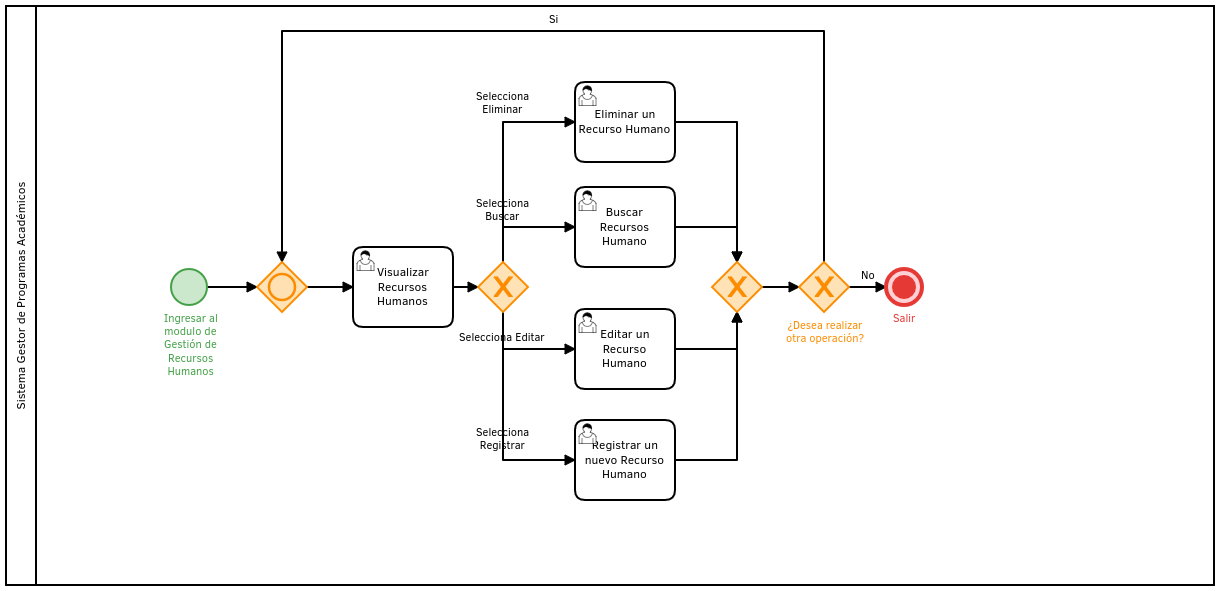
SoftwareEngineerESCOM/IngSof keeps this BPMN diagram as Manual de Usuario/Jefe de Innovación Educatva/images/SP1/gestionRH.png. Above is the earlier version. Its source is kept beside it as Manual de Usuario/Jefe de Innovación Educatva/images/SP1/gestionRH.bpmn. Ids are renumbered.
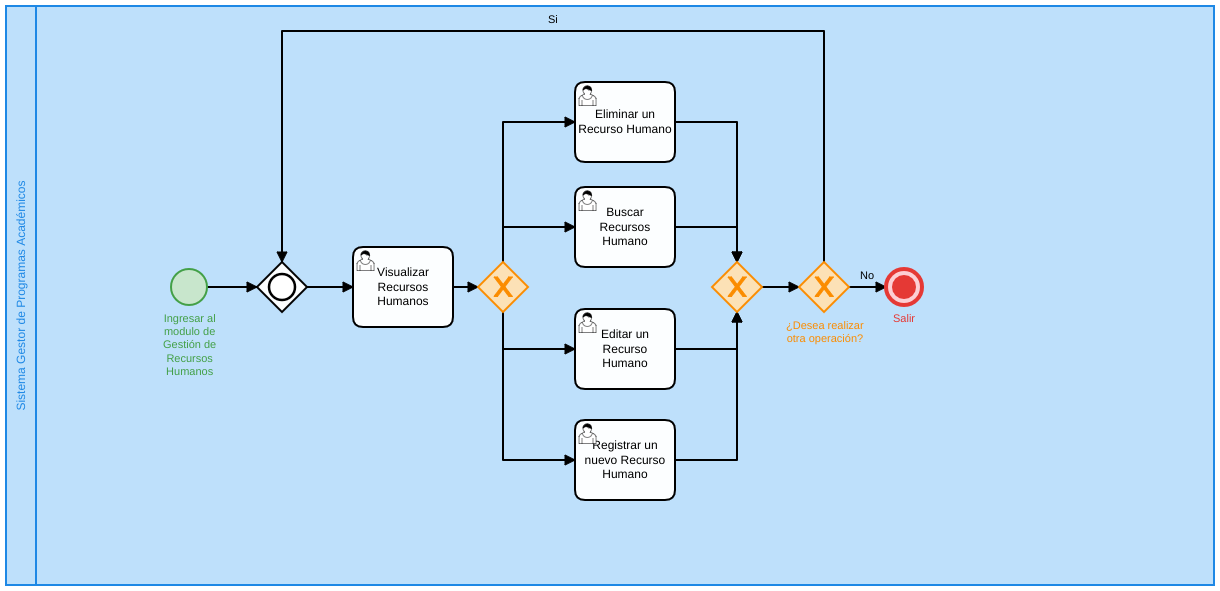
The same file after the commit.

Change to the diagram source:
```diff
@@ -1,8 +1,12 @@
-<bpmn:definitions xmlns:bpmn="http://www.omg.org/spec/BPMN/20100524/MODEL" xmlns:bpmndi="http://www.omg.org/spec/BPMN/20100524/DI" xmlns:di="http://www.omg.org/spec/DD/20100524/DI" xmlns:dc="http://www.omg.org/spec/DD/20100524/DC" xmlns:bioc="http://bpmn.io/schema/bpmn/biocolor/1.0" id="Definitions_n1" targetNamespace="http://bpmn.io/schema/bpmn" exporter="Camunda Modeler" exporterVersion="2.0.3">
+<bpmn:definitions xmlns:bpmn="http://www.omg.org/spec/BPMN/20100524/MODEL" xmlns:bpmndi="http://www.omg.org/spec/BPMN/20100524/DI" xmlns:di="http://www.omg.org/spec/DD/20100524/DI" xmlns:dc="http://www.omg.org/spec/DD/20100524/DC" xmlns:bioc="http://bpmn.io/schema/bpmn/biocolor/1.0" id="Definitions_n1" targetNamespace="http://bpmn.io/schema/bpmn" exporter="Camunda Modeler" exporterVersion="2.0.1">
   <bpmn:collaboration id="Collaboration_n2">
     <bpmn:participant id="Participant_n3" name="Sistema Gestor de Programas Académicos" processRef="Process_1" />
   </bpmn:collaboration>
   <bpmn:process id="Process_1" isExecutable="true">
+    <bpmn:sequenceFlow id="SequenceFlow_n6" name="Si" sourceRef="ExclusiveGateway_n10" targetRef="ExclusiveGateway_n4" />
+    <bpmn:sequenceFlow id="SequenceFlow_n22" sourceRef="Task_n20" targetRef="ExclusiveGateway_n27" />
+    <bpmn:sequenceFlow id="SequenceFlow_n21" sourceRef="ExclusiveGateway_n23" targetRef="Task_n20" />
+    <bpmn:sequenceFlow id="SequenceFlow_n5" sourceRef="StartEvent_1" targetRef="ExclusiveGateway_n4" />
     <bpmn:inclusiveGateway id="ExclusiveGateway_n4">
       <bpmn:incoming>SequenceFlow_n5</bpmn:incoming>
       <bpmn:incoming>SequenceFlow_n6</bpmn:incoming>
@@ -20,10 +24,20 @@
       <bpmn:outgoing>SequenceFlow_n9</bpmn:outgoing>
       <bpmn:outgoing>SequenceFlow_n6</bpmn:outgoing>
     </bpmn:exclusiveGateway>
+    <bpmn:sequenceFlow id="SequenceFlow_n9" name="No" sourceRef="ExclusiveGateway_n10" targetRef="EndEvent_n8" />
+    <bpmn:sequenceFlow id="SequenceFlow_n18" sourceRef="ExclusiveGateway_n23" targetRef="Task_n17" />
+    <bpmn:sequenceFlow id="SequenceFlow_n19" sourceRef="Task_n17" targetRef="ExclusiveGateway_n27" />
     <bpmn:userTask id="Task_n12" name="Visualizar&#10;Recursos Humanos">
       <bpmn:incoming>SequenceFlow_n7</bpmn:incoming>
       <bpmn:outgoing>SequenceFlow_n13</bpmn:outgoing>
     </bpmn:userTask>
+    <bpmn:sequenceFlow id="SequenceFlow_n15" sourceRef="ExclusiveGateway_n23" targetRef="Task_n14" />
+    <bpmn:sequenceFlow id="SequenceFlow_n24" sourceRef="ExclusiveGateway_n23" targetRef="Task_n25" />
+    <bpmn:sequenceFlow id="SequenceFlow_n16" sourceRef="Task_n14" targetRef="ExclusiveGateway_n27" />
+    <bpmn:sequenceFlow id="SequenceFlow_n26" sourceRef="Task_n25" targetRef="ExclusiveGateway_n27" />
+    <bpmn:sequenceFlow id="SequenceFlow_n11" sourceRef="ExclusiveGateway_n27" targetRef="ExclusiveGateway_n10" />
+    <bpmn:sequenceFlow id="SequenceFlow_n13" sourceRef="Task_n12" targetRef="ExclusiveGateway_n23" />
+    <bpmn:sequenceFlow id="SequenceFlow_n7" sourceRef="ExclusiveGateway_n4" targetRef="Task_n12" />
     <bpmn:userTask id="Task_n14" name="Editar un &#10;Recurso &#10;Humano">
       <bpmn:incoming>SequenceFlow_n15</bpmn:incoming>
       <bpmn:outgoing>SequenceFlow_n16</bpmn:outgoing>
@@ -54,151 +68,125 @@
       <bpmn:incoming>SequenceFlow_n26</bpmn:incoming>
       <bpmn:outgoing>SequenceFlow_n11</bpmn:outgoing>
     </bpmn:exclusiveGateway>
-    <bpmn:sequenceFlow id="SequenceFlow_n7" sourceRef="ExclusiveGateway_n4" targetRef="Task_n12" />
-    <bpmn:sequenceFlow id="SequenceFlow_n13" sourceRef="Task_n12" targetRef="ExclusiveGateway_n23" />
-    <bpmn:sequenceFlow id="SequenceFlow_n11" sourceRef="ExclusiveGateway_n27" targetRef="ExclusiveGateway_n10" />
-    <bpmn:sequenceFlow id="SequenceFlow_n26" sourceRef="Task_n25" targetRef="ExclusiveGateway_n27" />
-    <bpmn:sequenceFlow id="SequenceFlow_n16" sourceRef="Task_n14" targetRef="ExclusiveGateway_n27" />
-    <bpmn:sequenceFlow id="SequenceFlow_n24" name="Selecciona Registrar" sourceRef="ExclusiveGateway_n23" targetRef="Task_n25" />
-    <bpmn:sequenceFlow id="SequenceFlow_n15" name="Selecciona Editar" sourceRef="ExclusiveGateway_n23" targetRef="Task_n14" />
-    <bpmn:sequenceFlow id="SequenceFlow_n19" sourceRef="Task_n17" targetRef="ExclusiveGateway_n27" />
-    <bpmn:sequenceFlow id="SequenceFlow_n18" name="Selecciona Buscar" sourceRef="ExclusiveGateway_n23" targetRef="Task_n17" />
-    <bpmn:sequenceFlow id="SequenceFlow_n9" name="No" sourceRef="ExclusiveGateway_n10" targetRef="EndEvent_n8" />
-    <bpmn:sequenceFlow id="SequenceFlow_n5" sourceRef="StartEvent_1" targetRef="ExclusiveGateway_n4" />
-    <bpmn:sequenceFlow id="SequenceFlow_n21" name="Selecciona Eliminar" sourceRef="ExclusiveGateway_n23" targetRef="Task_n20" />
-    <bpmn:sequenceFlow id="SequenceFlow_n22" sourceRef="Task_n20" targetRef="ExclusiveGateway_n27" />
-    <bpmn:sequenceFlow id="SequenceFlow_n6" name="Si" sourceRef="ExclusiveGateway_n10" targetRef="ExclusiveGateway_n4" />
   </bpmn:process>
   <bpmndi:BPMNDiagram id="BPMNDiagram_1">
     <bpmndi:BPMNPlane id="BPMNPlane_1" bpmnElement="Collaboration_n2">
-      <bpmndi:BPMNShape id="Participant_n3_di" bpmnElement="Participant_n3">
-        <dc:Bounds x="114" y="-163" width="1208" height="579" />
+      <bpmndi:BPMNShape id="Participant_n3_di" bpmnElement="Participant_n3" bioc:stroke="#1E88E5" bioc:fill="#BBDEFB">
+        <dc:Bounds x="106" y="-162" width="1208" height="579" />
       </bpmndi:BPMNShape>
       <bpmndi:BPMNShape id="_BPMNShape_StartEvent_2" bpmnElement="StartEvent_1" bioc:stroke="#43A047" bioc:fill="#C8E6C9">
-        <dc:Bounds x="279" y="100" width="36" height="36" />
+        <dc:Bounds x="271" y="101" width="36" height="36" />
         <bpmndi:BPMNLabel>
-          <dc:Bounds x="272" y="143" width="53" height="66" />
+          <dc:Bounds x="263" y="144" width="54" height="66" />
         </bpmndi:BPMNLabel>
       </bpmndi:BPMNShape>
       <bpmndi:BPMNEdge id="SequenceFlow_n9_di" bpmnElement="SequenceFlow_n9">
-        <di:waypoint x="957" y="118" />
-        <di:waypoint x="994" y="118" />
+        <di:waypoint x="949" y="119" />
+        <di:waypoint x="986" y="119" />
         <bpmndi:BPMNLabel>
-          <dc:Bounds x="969" y="100" width="14" height="14" />
+          <dc:Bounds x="960" y="101" width="15" height="14" />
         </bpmndi:BPMNLabel>
       </bpmndi:BPMNEdge>
       <bpmndi:BPMNEdge id="SequenceFlow_n21_di" bpmnElement="SequenceFlow_n21">
-        <di:waypoint x="611" y="93" />
-        <di:waypoint x="611" y="-47" />
-        <di:waypoint x="683" y="-47" />
-        <bpmndi:BPMNLabel>
-          <dc:Bounds x="584" y="-79" width="54" height="27" />
-        </bpmndi:BPMNLabel>
+        <di:waypoint x="603" y="94" />
+        <di:waypoint x="603" y="-46" />
+        <di:waypoint x="675" y="-46" />
       </bpmndi:BPMNEdge>
       <bpmndi:BPMNEdge id="SequenceFlow_n18_di" bpmnElement="SequenceFlow_n18">
-        <di:waypoint x="611" y="93" />
-        <di:waypoint x="611" y="58" />
-        <di:waypoint x="683" y="58" />
-        <bpmndi:BPMNLabel>
-          <dc:Bounds x="584" y="28" width="54" height="27" />
-        </bpmndi:BPMNLabel>
+        <di:waypoint x="603" y="94" />
+        <di:waypoint x="603" y="59" />
+        <di:waypoint x="675" y="59" />
       </bpmndi:BPMNEdge>
       <bpmndi:BPMNEdge id="SequenceFlow_n22_di" bpmnElement="SequenceFlow_n22">
-        <di:waypoint x="783" y="-47" />
-        <di:waypoint x="845" y="-47" />
-        <di:waypoint x="845" y="93" />
+        <di:waypoint x="775" y="-46" />
+        <di:waypoint x="837" y="-46" />
+        <di:waypoint x="837" y="94" />
       </bpmndi:BPMNEdge>
       <bpmndi:BPMNEdge id="SequenceFlow_n19_di" bpmnElement="SequenceFlow_n19">
-        <di:waypoint x="783" y="58" />
-        <di:waypoint x="845" y="58" />
-        <di:waypoint x="845" y="93" />
+        <di:waypoint x="775" y="59" />
+        <di:waypoint x="837" y="59" />
+        <di:waypoint x="837" y="94" />
       </bpmndi:BPMNEdge>
       <bpmndi:BPMNShape id="EndEvent_0g9lc97_di" bpmnElement="EndEvent_n8" bioc:stroke="#E53935" bioc:fill="#FFCDD2">
-        <dc:Bounds x="994" y="100" width="36" height="36" />
+        <dc:Bounds x="986" y="101" width="36" height="36" />
         <bpmndi:BPMNLabel>
-          <dc:Bounds x="1001" y="143" width="24" height="14" />
+          <dc:Bounds x="993" y="144" width="23" height="14" />
         </bpmndi:BPMNLabel>
       </bpmndi:BPMNShape>
       <bpmndi:BPMNShape id="UserTask_1a315aq_di" bpmnElement="Task_n12">
-        <dc:Bounds x="461" y="78" width="100" height="80" />
+        <dc:Bounds x="453" y="79" width="100" height="80" />
       </bpmndi:BPMNShape>
       <bpmndi:BPMNShape id="UserTask_1gn9xxc_di" bpmnElement="Task_n17">
-        <dc:Bounds x="683" y="18" width="100" height="80" />
+        <dc:Bounds x="675" y="19" width="100" height="80" />
       </bpmndi:BPMNShape>
       <bpmndi:BPMNShape id="UserTask_1g52e2o_di" bpmnElement="Task_n20">
-        <dc:Bounds x="683" y="-87" width="100" height="80" />
+        <dc:Bounds x="675" y="-86" width="100" height="80" />
       </bpmndi:BPMNShape>
       <bpmndi:BPMNShape id="UserTask_0ur3yv6_di" bpmnElement="Task_n14">
-        <dc:Bounds x="683" y="140" width="100" height="80" />
+        <dc:Bounds x="675" y="141" width="100" height="80" />
       </bpmndi:BPMNShape>
       <bpmndi:BPMNShape id="UserTask_1x11um0_di" bpmnElement="Task_n25">
-        <dc:Bounds x="683" y="251" width="100" height="80" />
+        <dc:Bounds x="675" y="252" width="100" height="80" />
       </bpmndi:BPMNShape>
       <bpmndi:BPMNShape id="ExclusiveGateway_181dui5_di" bpmnElement="ExclusiveGateway_n10" isMarkerVisible="true" bioc:stroke="#FB8C00" bioc:fill="#FFE0B2">
-        <dc:Bounds x="907" y="93" width="50" height="50" />
+        <dc:Bounds x="899" y="94" width="50" height="50" />
         <bpmndi:BPMNLabel>
-          <dc:Bounds x="894" y="150" width="79" height="27" />
+          <dc:Bounds x="886" y="151" width="78" height="27" />
         </bpmndi:BPMNLabel>
       </bpmndi:BPMNShape>
       <bpmndi:BPMNEdge id="SequenceFlow_n5_di" bpmnElement="SequenceFlow_n5">
-        <di:waypoint x="315" y="118" />
-        <di:waypoint x="365" y="118" />
+        <di:waypoint x="307" y="119" />
+        <di:waypoint x="357" y="119" />
       </bpmndi:BPMNEdge>
-      <bpmndi:BPMNShape id="InclusiveGateway_0bcqd1w_di" bpmnElement="ExclusiveGateway_n4" bioc:stroke="#FB8C00" bioc:fill="#FFE0B2">
-        <dc:Bounds x="365" y="93" width="50" height="50" />
+      <bpmndi:BPMNShape id="InclusiveGateway_0bcqd1w_di" bpmnElement="ExclusiveGateway_n4">
+        <dc:Bounds x="357" y="94" width="50" height="50" />
       </bpmndi:BPMNShape>
       <bpmndi:BPMNEdge id="SequenceFlow_n6_di" bpmnElement="SequenceFlow_n6">
-        <di:waypoint x="932" y="93" />
-        <di:waypoint x="932" y="-138" />
-        <di:waypoint x="390" y="-138" />
-        <di:waypoint x="390" y="93" />
+        <di:waypoint x="924" y="94" />
+        <di:waypoint x="924" y="-137" />
+        <di:waypoint x="382" y="-137" />
+        <di:waypoint x="382" y="94" />
         <bpmndi:BPMNLabel>
-          <dc:Bounds x="657" y="-156" width="9" height="14" />
+          <dc:Bounds x="648" y="-155" width="10" height="14" />
         </bpmndi:BPMNLabel>
       </bpmndi:BPMNEdge>
       <bpmndi:BPMNEdge id="SequenceFlow_n15_di" bpmnElement="SequenceFlow_n15">
-        <di:waypoint x="611" y="143" />
-        <di:waypoint x="611" y="180" />
-        <di:waypoint x="683" y="180" />
-        <bpmndi:BPMNLabel>
-          <dc:Bounds x="567" y="162" width="87" height="14" />
-        </bpmndi:BPMNLabel>
+        <di:waypoint x="603" y="144" />
+        <di:waypoint x="603" y="181" />
+        <di:waypoint x="675" y="181" />
       </bpmndi:BPMNEdge>
       <bpmndi:BPMNEdge id="SequenceFlow_n24_di" bpmnElement="SequenceFlow_n24">
-        <di:waypoint x="611" y="143" />
-        <di:waypoint x="611" y="291" />
-        <di:waypoint x="683" y="291" />
-        <bpmndi:BPMNLabel>
-          <dc:Bounds x="584" y="257" width="54" height="27" />
-        </bpmndi:BPMNLabel>
+        <di:waypoint x="603" y="144" />
+        <di:waypoint x="603" y="292" />
+        <di:waypoint x="675" y="292" />
       </bpmndi:BPMNEdge>
       <bpmndi:BPMNEdge id="SequenceFlow_n16_di" bpmnElement="SequenceFlow_n16">
-        <di:waypoint x="783" y="180" />
-        <di:waypoint x="845" y="180" />
-        <di:waypoint x="845" y="143" />
+        <di:waypoint x="775" y="181" />
+        <di:waypoint x="837" y="181" />
+        <di:waypoint x="837" y="144" />
       </bpmndi:BPMNEdge>
       <bpmndi:BPMNEdge id="SequenceFlow_n26_di" bpmnElement="SequenceFlow_n26">
-        <di:waypoint x="783" y="291" />
-        <di:waypoint x="845" y="291" />
-        <di:waypoint x="845" y="143" />
+        <di:waypoint x="775" y="292" />
+        <di:waypoint x="837" y="292" />
+        <di:waypoint x="837" y="144" />
       </bpmndi:BPMNEdge>
       <bpmndi:BPMNEdge id="SequenceFlow_n11_di" bpmnElement="SequenceFlow_n11">
-        <di:waypoint x="870" y="118" />
-        <di:waypoint x="907" y="118" />
+        <di:waypoint x="862" y="119" />
+        <di:waypoint x="899" y="119" />
       </bpmndi:BPMNEdge>
       <bpmndi:BPMNEdge id="SequenceFlow_n13_di" bpmnElement="SequenceFlow_n13">
-        <di:waypoint x="561" y="118" />
-        <di:waypoint x="586" y="118" />
+        <di:waypoint x="553" y="119" />
+        <di:waypoint x="578" y="119" />
       </bpmndi:BPMNEdge>
       <bpmndi:BPMNEdge id="SequenceFlow_n7_di" bpmnElement="SequenceFlow_n7">
-        <di:waypoint x="415" y="118" />
-        <di:waypoint x="461" y="118" />
+        <di:waypoint x="407" y="119" />
+        <di:waypoint x="453" y="119" />
       </bpmndi:BPMNEdge>
       <bpmndi:BPMNShape id="ExclusiveGateway_1ocyh20_di" bpmnElement="ExclusiveGateway_n23" isMarkerVisible="true" bioc:stroke="#FB8C00" bioc:fill="#FFE0B2">
-        <dc:Bounds x="586" y="93" width="50" height="50" />
+        <dc:Bounds x="578" y="94" width="50" height="50" />
       </bpmndi:BPMNShape>
       <bpmndi:BPMNShape id="ExclusiveGateway_14q5jbp_di" bpmnElement="ExclusiveGateway_n27" isMarkerVisible="true" bioc:stroke="#FB8C00" bioc:fill="#FFE0B2">
-        <dc:Bounds x="820" y="93" width="50" height="50" />
+        <dc:Bounds x="812" y="94" width="50" height="50" />
       </bpmndi:BPMNShape>
     </bpmndi:BPMNPlane>
   </bpmndi:BPMNDiagram>
```
